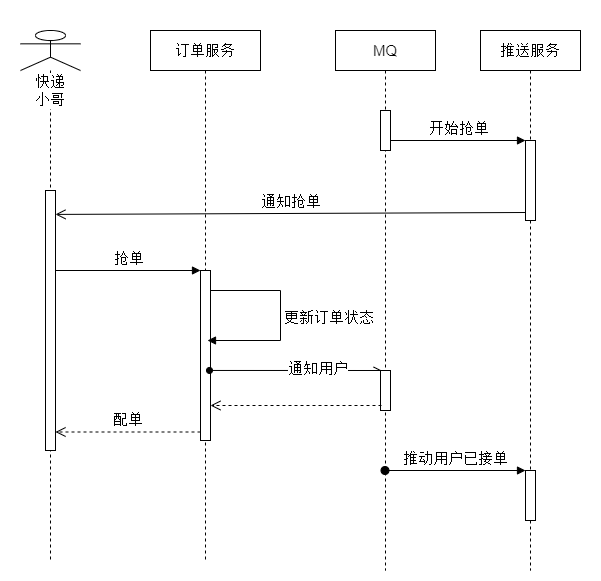
This is final/img/driver.drawio.png from an-Onion/architect-camp, a draw.io export, as it was before one commit. Source tidied: cells renumbered, new cells last; positions are measured from the earlier drawing's top-left corner, leaving out a move shared by most shapes.
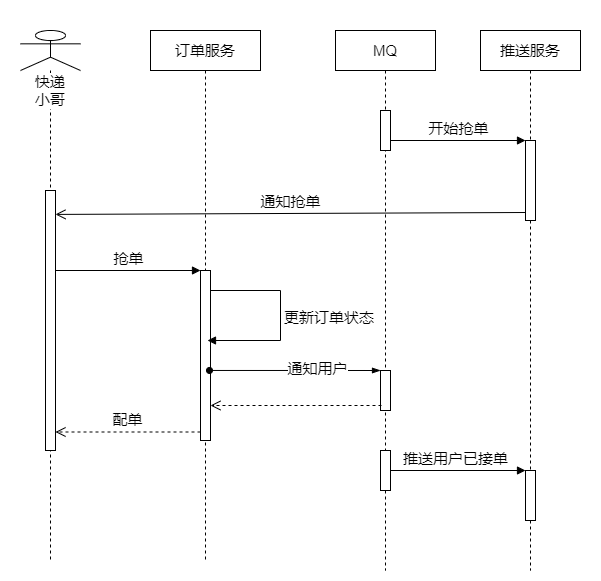
The same file after the commit.

Diff of the diagram source:
```diff
@@ -43,7 +43,7 @@
     <mxCell id="12" value="配单" style="html=1;verticalAlign=bottom;endArrow=open;dashed=1;endSize=8;exitX=0;exitY=0.95;fontSize=15;" parent="1" edge="1" source="6" target="4">
       <mxGeometry relative="1" as="geometry" />
     </mxCell>
-    <mxCell id="13" value="通知用户" style="html=1;verticalAlign=bottom;startArrow=oval;endArrow=openAsync;endFill=0;fontSize=15;exitX=0.9;exitY=0.588;exitDx=0;exitDy=0;exitPerimeter=0;" parent="1" edge="1" source="6" target="16">
+    <mxCell id="13" value="通知用户" style="html=1;verticalAlign=bottom;startArrow=oval;endArrow=blockThin;endFill=1;fontSize=15;exitX=0.9;exitY=0.588;exitDx=0;exitDy=0;exitPerimeter=0;" parent="1" edge="1" source="6" target="16">
       <mxGeometry x="0.26" y="-10" relative="1" as="geometry" />
     </mxCell>
     <mxCell id="14" value="MQ" style="shape=umlLifeline;perimeter=lifelinePerimeter;whiteSpace=wrap;html=1;outlineConnect=0;fontSize=15;" parent="1" vertex="1">
@@ -66,8 +66,11 @@
     <mxCell id="19" style="html=1;verticalAlign=bottom;endArrow=open;dashed=1;endSize=8;exitX=0.1;exitY=0.875;fontSize=15;exitDx=0;exitDy=0;exitPerimeter=0;" parent="1" edge="1" source="16" target="6">
       <mxGeometry relative="1" as="geometry" />
     </mxCell>
-    <mxCell id="20" value="推动用户已接单" style="html=1;verticalAlign=bottom;startArrow=oval;endArrow=block;startSize=8;fontSize=15;" parent="1" edge="1" source="14" target="10">
+    <mxCell id="20" value="推送用户已接单" style="html=1;verticalAlign=bottom;startArrow=oval;endArrow=block;startSize=8;fontSize=15;" parent="1" edge="1" source="14" target="10">
       <mxGeometry relative="1" as="geometry" />
     </mxCell>
+    <mxCell id="21" style="html=1;perimeter=orthogonalPerimeter;fontSize=15;" parent="1" vertex="1">
+      <mxGeometry x="380" y="450" width="10" height="40" as="geometry" />
+    </mxCell>
   </root>
 </mxGraphModel>
```
